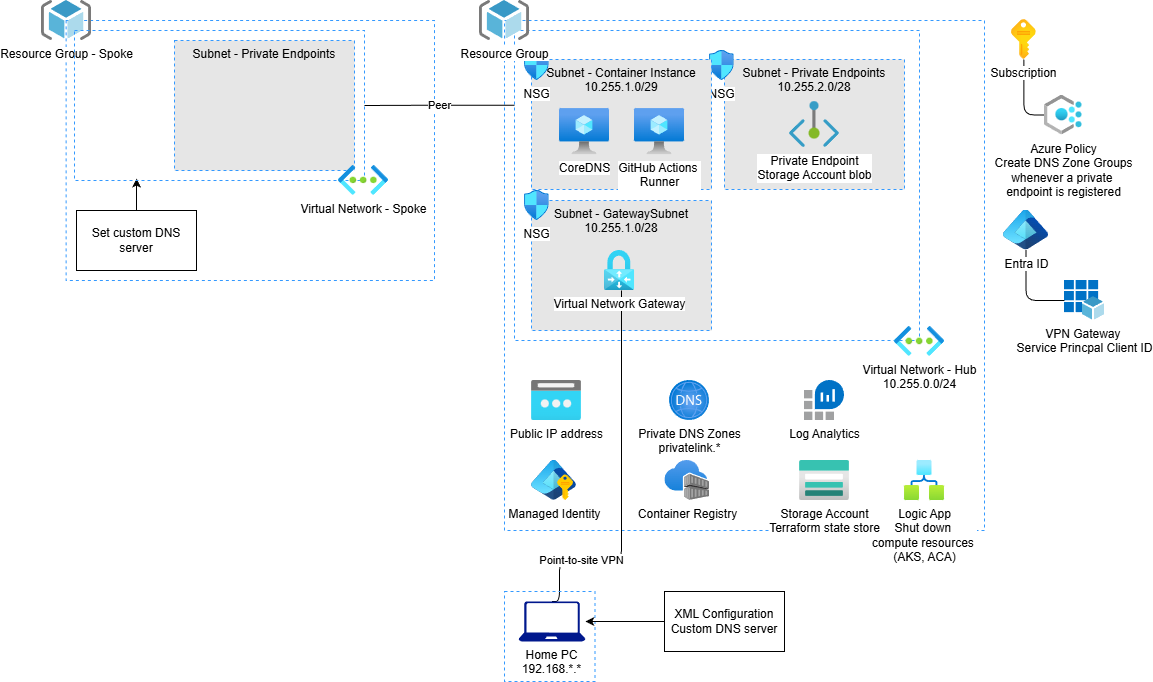
Before: .img/architecture.drawio.png, a diagram exported from draw.io (jordanbean-msft/az-lz-simple). Source tidied: cells renumbered, new cells last; positions are measured from the earlier drawing's top-left corner, leaving out a move shared by most shapes.
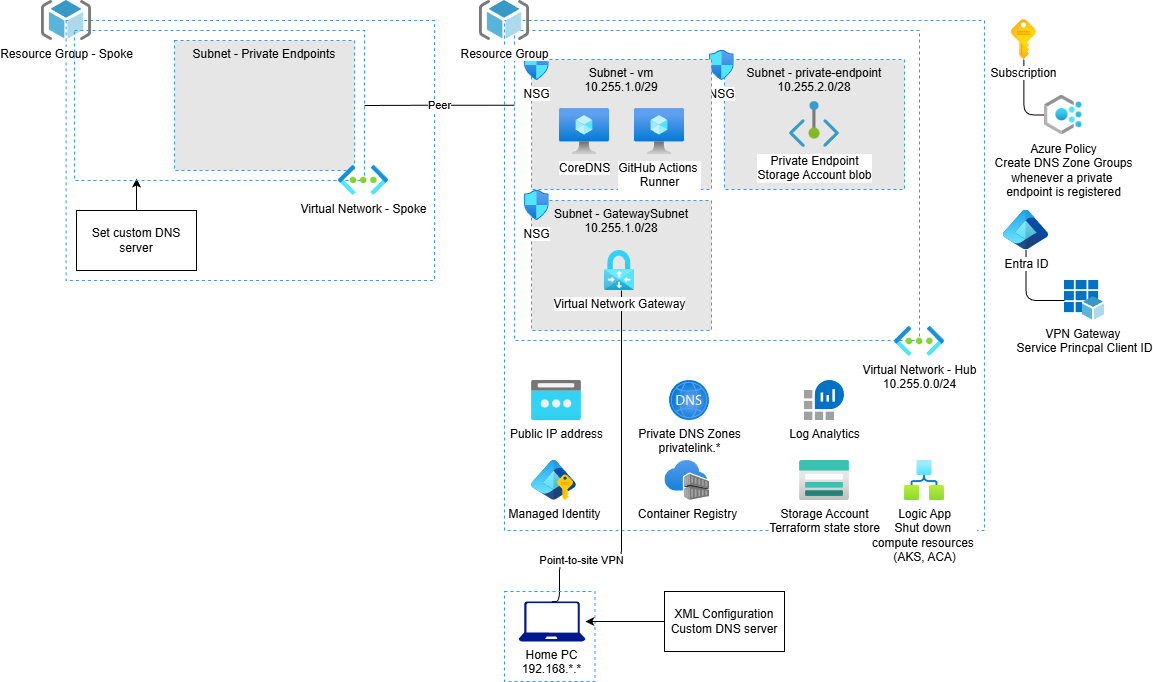
After the commit.

What changed in the source:
```diff
@@ -14,7 +14,7 @@
     <mxCell id="5" style="group;" parent="3" vertex="1">
       <mxGeometry x="205" y="20" width="195" height="149" as="geometry" />
     </mxCell>
-    <mxCell id="6" value="Subnet - Private Endpoints&lt;div&gt;10.255.2.0/28&lt;/div&gt;" style="whiteSpace=wrap;html=1;fillColor=#E6E6E6;strokeColor=#3399FF;rounded=0;dashed=1;verticalAlign=top;" parent="5" vertex="1">
+    <mxCell id="6" value="Subnet - private-endpoint&lt;div&gt;10.255.2.0/28&lt;/div&gt;" style="whiteSpace=wrap;html=1;fillColor=#E6E6E6;strokeColor=#3399FF;rounded=0;dashed=1;verticalAlign=top;" parent="5" vertex="1">
       <mxGeometry x="15" y="19" width="180" height="130" as="geometry" />
     </mxCell>
     <mxCell id="7" value="NSG" style="image;html=1;align=center;fontSize=12;image=img/lib/azure2/networking/Network_Security_Groups.svg;" parent="5" vertex="1">
@@ -107,7 +107,7 @@
     <mxCell id="34" style="group;" parent="1" vertex="1">
       <mxGeometry x="480" y="40" width="197" height="149" as="geometry" />
     </mxCell>
-    <mxCell id="35" value="Subnet - Container Instance&lt;div&gt;10.255.1.0/29&lt;/div&gt;" style="whiteSpace=wrap;html=1;fillColor=#E6E6E6;strokeColor=#3399FF;rounded=0;dashed=1;verticalAlign=top;" parent="34" vertex="1">
+    <mxCell id="35" value="Subnet - vm&lt;div&gt;10.255.1.0/29&lt;/div&gt;" style="whiteSpace=wrap;html=1;fillColor=#E6E6E6;strokeColor=#3399FF;rounded=0;dashed=1;verticalAlign=top;" parent="34" vertex="1">
       <mxGeometry x="17" y="19" width="180" height="130" as="geometry" />
     </mxCell>
     <mxCell id="36" value="NSG" style="image;html=1;align=center;fontSize=12;image=img/lib/azure2/networking/Network_Security_Groups.svg;" parent="34" vertex="1">
```
